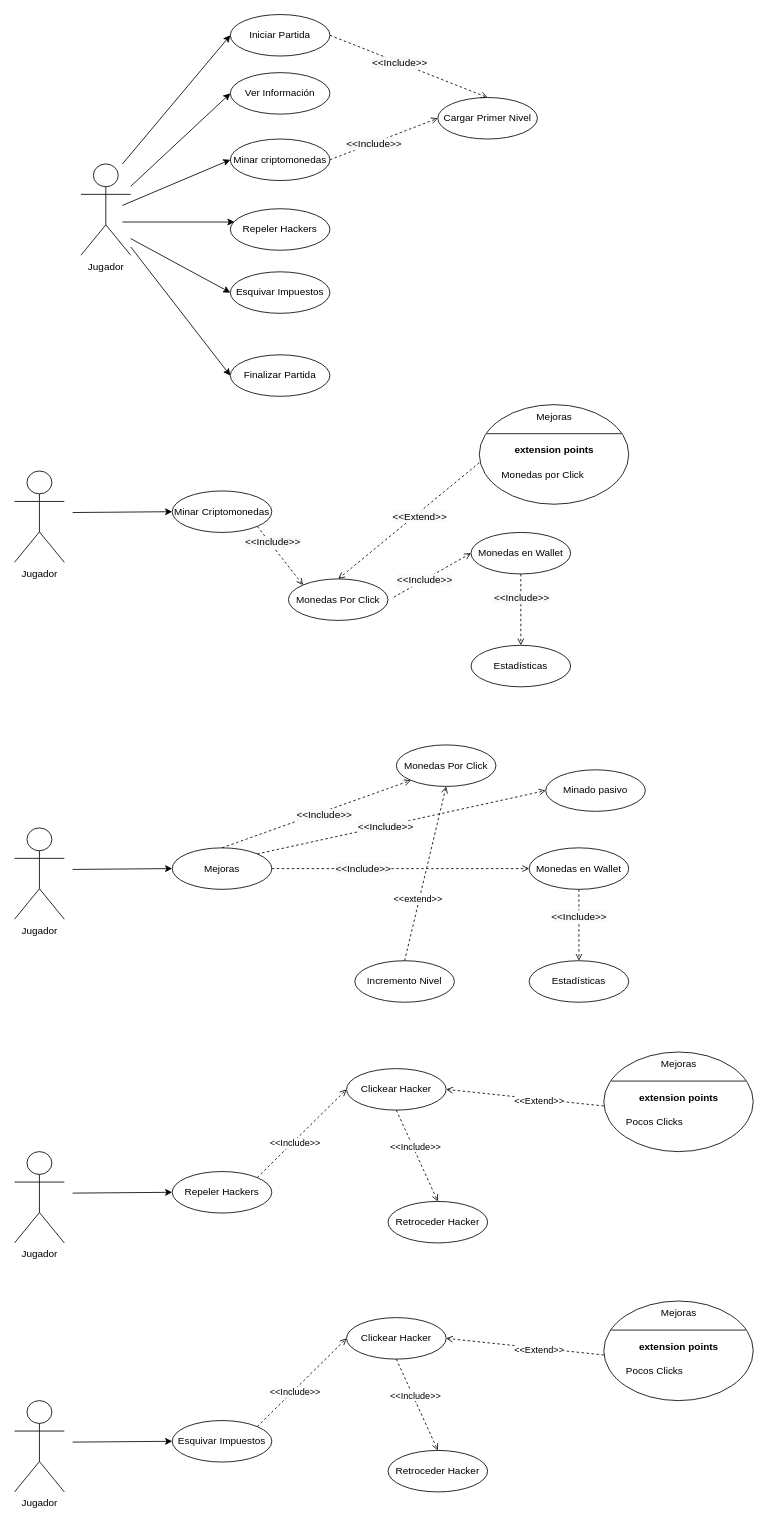
Earlier version of the draw.io diagram Casos De Uso Diagram.drawio (NehemiasMercau/IngenieriaDeSoftware). Source tidied: cells renumbered, new cells numbered last; positions are measured from the earlier drawing's top-left corner, leaving out a move shared by most shapes. Both pictures are drawn from the tidied source at 83%, with x=0, y=0 at pixel (14, 14).
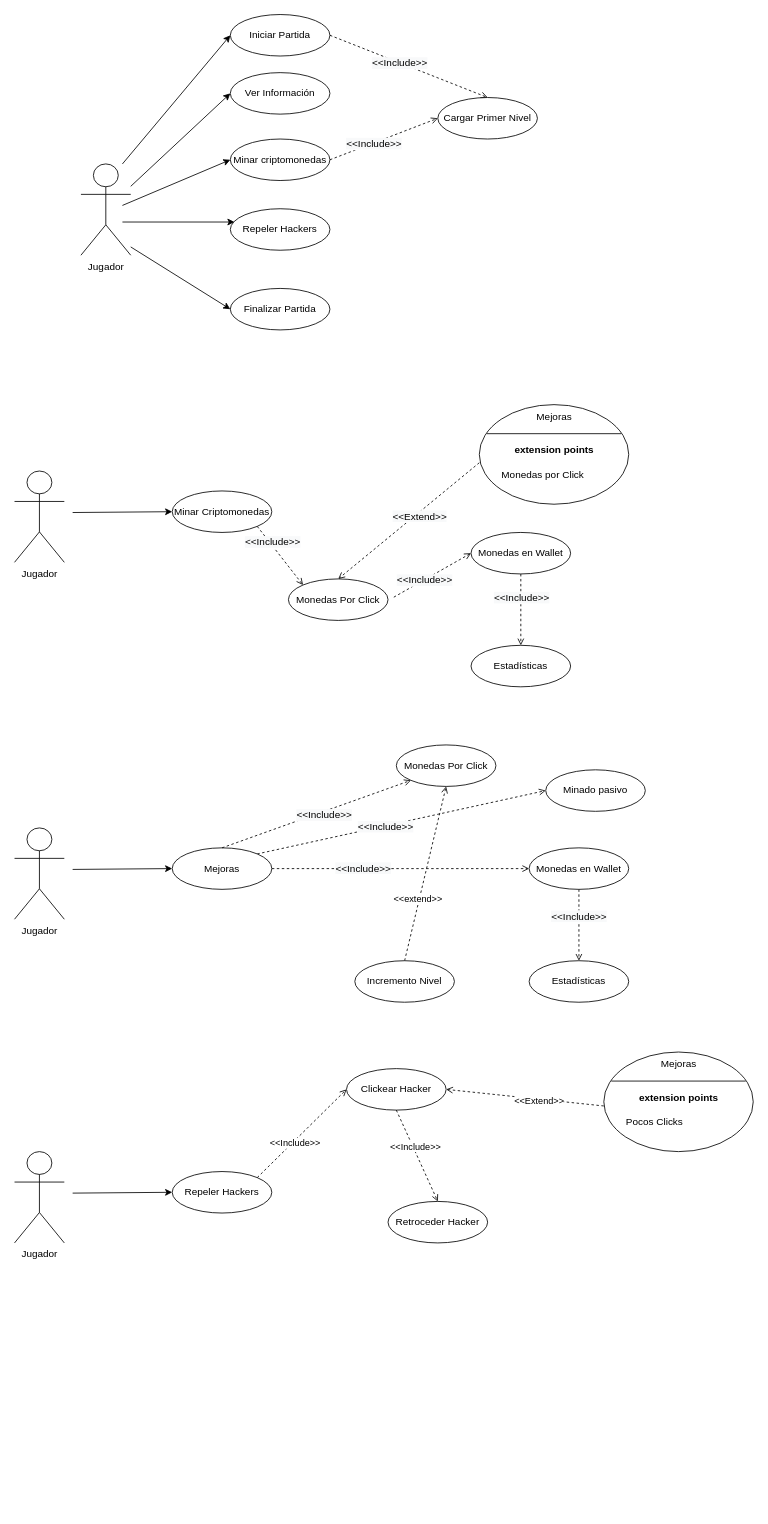
The same page after the edit.

What changed in the source:
```diff
@@
     <mxCell id="10" value="Finalizar Partida" style="ellipse;whiteSpace=wrap;html=1;" parent="1" vertex="1">
-      <mxGeometry x="260" y="410" width="120" height="50" as="geometry" />
+      <mxGeometry x="260" y="330" width="120" height="50" as="geometry" />
     </mxCell>
@@
-    <mxCell id="29" style="edgeStyle=none;rounded=0;jettySize=auto;html=1;entryX=0;entryY=0.5;entryDx=0;entryDy=0;endArrow=classic;endFill=1;" parent="1" edge="1" target="59">
-      <mxGeometry relative="1" as="geometry">
-        <mxPoint x="140" y="270" as="sourcePoint" />
-      </mxGeometry>
-    </mxCell>
@@
-    <mxCell id="59" value="Esquivar Impuestos" style="ellipse;whiteSpace=wrap;html=1;" parent="1" vertex="1">
-      <mxGeometry x="260" y="310" width="120" height="50" as="geometry" />
-    </mxCell>
@@
-    <mxCell id="73" value="Jugador" style="shape=umlActor;verticalLabelPosition=bottom;verticalAlign=top;html=1;" parent="1" vertex="1">
-      <mxGeometry y="1670" width="60" height="110" as="geometry" />
-    </mxCell>
-    <mxCell id="74" style="edgeStyle=none;rounded=0;jettySize=auto;html=1;entryX=0;entryY=0.5;entryDx=0;entryDy=0;" parent="1" edge="1" target="75">
-      <mxGeometry relative="1" as="geometry">
-        <mxPoint x="70" y="1720" as="sourcePoint" />
-      </mxGeometry>
-    </mxCell>
-    <mxCell id="75" value="Esquivar Impuestos" style="ellipse;whiteSpace=wrap;html=1;" parent="1" vertex="1">
-      <mxGeometry x="190" y="1694" width="120" height="50" as="geometry" />
-    </mxCell>
-    <mxCell id="76" style="edgeStyle=none;rounded=0;jettySize=auto;html=1;exitX=1;exitY=0;exitDx=0;exitDy=0;endArrow=open;endFill=0;dashed=1;entryX=0;entryY=0.5;entryDx=0;entryDy=0;" parent="1" edge="1" source="75" target="80">
-      <mxGeometry relative="1" as="geometry" />
-    </mxCell>
-    <mxCell id="77" value="&amp;lt;&amp;lt;Include&amp;gt;&amp;gt;" style="edgeLabel;html=1;align=center;verticalAlign=middle;" parent="76" vertex="1">
-      <mxGeometry x="-0.18" y="-2" relative="1" as="geometry" />
-    </mxCell>
-    <mxCell id="78" style="edgeStyle=none;rounded=0;jettySize=auto;html=1;exitX=0.5;exitY=1;exitDx=0;exitDy=0;entryX=0.5;entryY=0;entryDx=0;entryDy=0;endArrow=open;endFill=0;dashed=1;" parent="1" edge="1" source="80" target="81">
-      <mxGeometry relative="1" as="geometry" />
-    </mxCell>
-    <mxCell id="79" value="&amp;lt;&amp;lt;Include&amp;gt;&amp;gt;" style="edgeLabel;html=1;align=center;verticalAlign=middle;" parent="78" vertex="1">
-      <mxGeometry x="-0.19" y="2" relative="1" as="geometry" />
-    </mxCell>
-    <mxCell id="80" value="Clickear Hacker" style="ellipse;whiteSpace=wrap;html=1;" parent="1" vertex="1">
-      <mxGeometry x="400" y="1570" width="120" height="50" as="geometry" />
-    </mxCell>
-    <mxCell id="81" value="Retroceder Hacker" style="ellipse;whiteSpace=wrap;html=1;" parent="1" vertex="1">
-      <mxGeometry x="450" y="1730" width="120" height="50" as="geometry" />
-    </mxCell>
-    <mxCell id="82" style="edgeStyle=none;rounded=0;jettySize=auto;html=1;exitX=0;exitY=0.5;exitDx=0;exitDy=0;entryX=1;entryY=0.5;entryDx=0;entryDy=0;dashed=1;endArrow=open;endFill=0;" parent="1" edge="1" target="80">
-      <mxGeometry relative="1" as="geometry">
-        <mxPoint x="710" y="1615" as="sourcePoint" />
-      </mxGeometry>
-    </mxCell>
-    <mxCell id="83" value="&amp;lt;&amp;lt;Extend&amp;gt;&amp;gt;" style="edgeLabel;html=1;align=center;verticalAlign=middle;" parent="82" vertex="1">
-      <mxGeometry x="-0.17" y="2" relative="1" as="geometry" />
-    </mxCell>
-    <mxCell id="84" style="shape=ellipse;horizontal=1;html=1;dashed=0;" parent="1" vertex="1">
-      <mxGeometry x="710" y="1550" width="180" height="120" as="geometry" />
-    </mxCell>
-    <mxCell id="85" value="Mejoras" style="html=1;strokeColor=none;fillColor=none;align=center;verticalAlign=middle;" parent="84" vertex="1">
-      <mxGeometry width="180" height="30" as="geometry" />
-    </mxCell>
-    <mxCell id="86" style="line;strokeWidth=1;fillColor=none;labelPosition=right;dashed=0;" parent="84" vertex="1">
-      <mxGeometry x="9" y="30" width="162" height="10" as="geometry" />
-    </mxCell>
-    <mxCell id="87" value="extension points" style="text;html=1;align=center;verticalAlign=middle;fontStyle=1;" parent="84" vertex="1">
-      <mxGeometry y="40" width="180" height="30" as="geometry" />
-    </mxCell>
-    <mxCell id="88" value="Pocos Clicks" style="text;html=1;align=left;verticalAlign=middle;spacingLeft=25;" parent="84" vertex="1">
-      <mxGeometry y="70" width="180" height="30" as="geometry" />
-    </mxCell>
```
